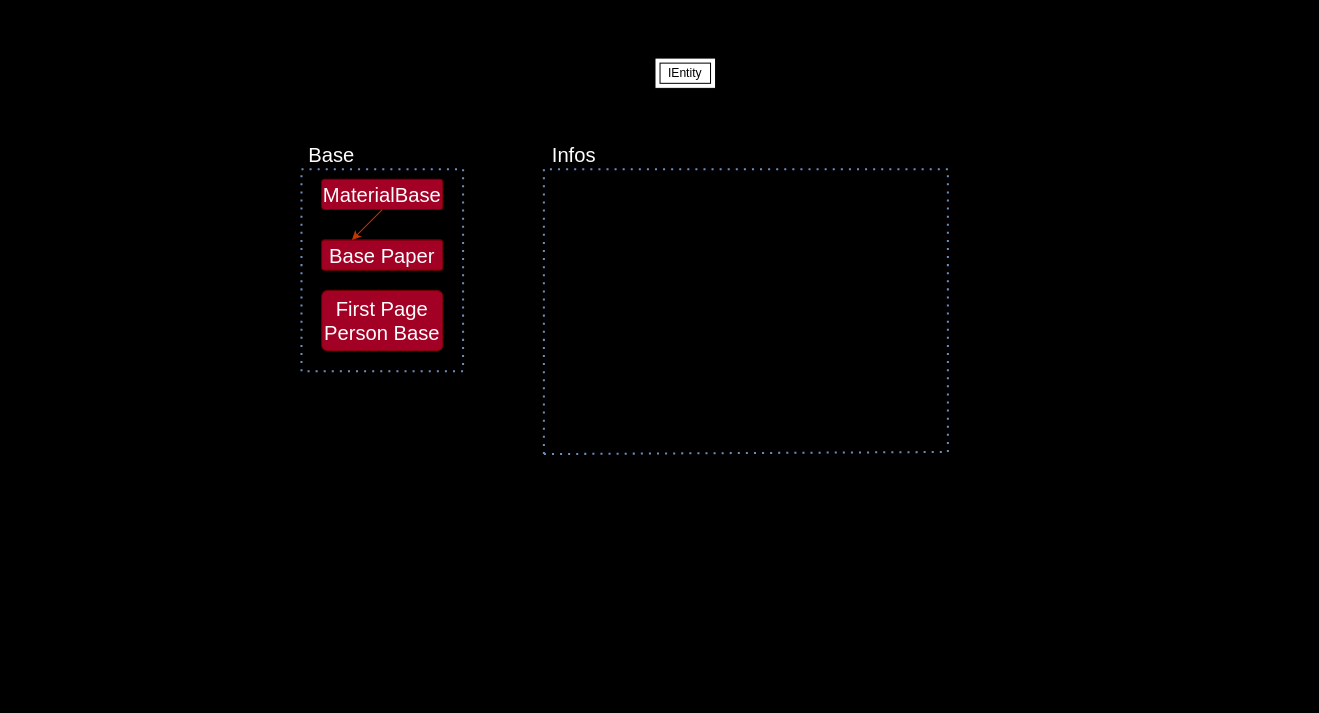
Before: LRMS Schematic.drawio in FurkanHuman/LRMS, a draw.io diagram. Source tidied: cells renumbered, new cells numbered last; positions are measured from the earlier drawing's top-left corner, leaving out a move shared by most shapes. Both pictures are drawn from the tidied source at 101%, with x=0, y=0 at pixel (301, 58).
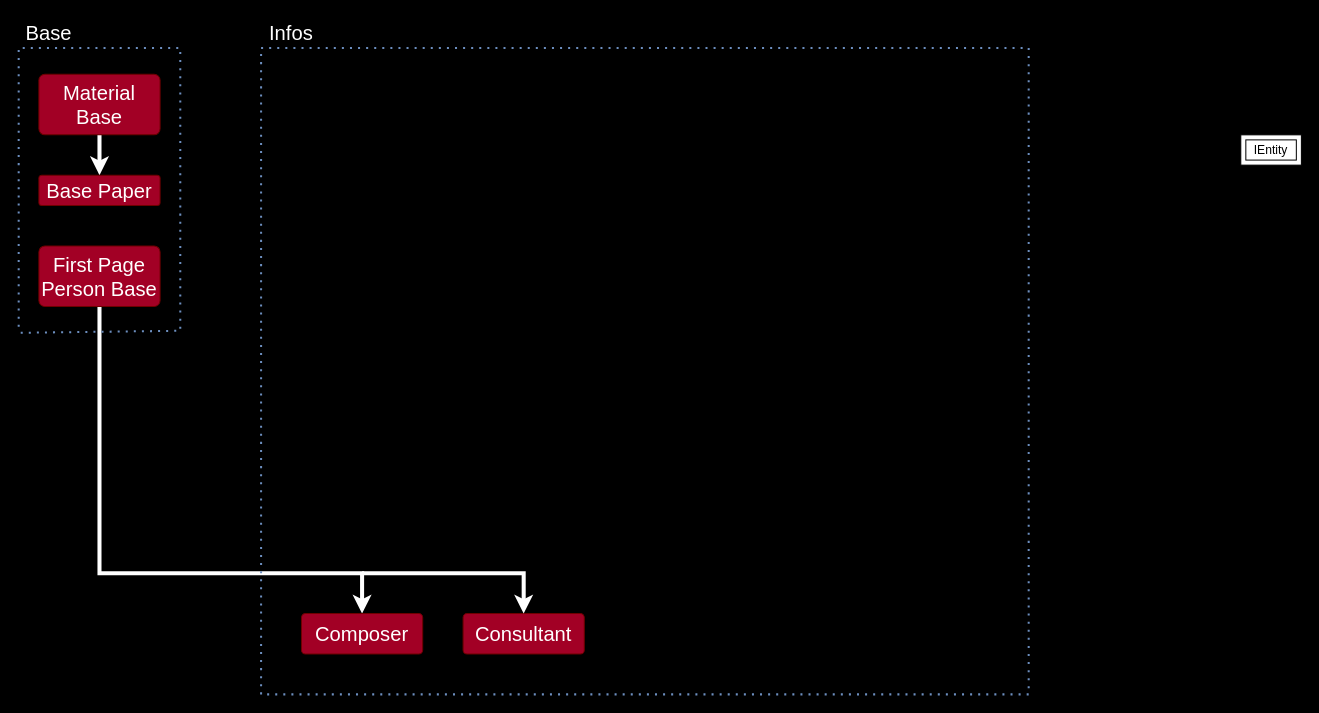
The same page after the edit.

The edit, as a diff of the source:
```diff
@@
     <mxCell id="2" value="IEntity" style="shape=ext;margin=3;double=1;whiteSpace=wrap;html=1;align=center;" parent="1" vertex="1">
-      <mxGeometry x="350" width="60" height="30" as="geometry" />
+      <mxGeometry x="930" y="76" width="60" height="30" as="geometry" />
     </mxCell>
-    <mxCell id="3" style="endArrow=none;dashed=1;html=1;dashPattern=1 3;strokeWidth=2;rounded=0;fontColor=#FFFFFF;labelBackgroundColor=#000000;fillColor=#dae8fc;strokeColor=#6c8ebf;" parent="1" edge="1">
-      <mxGeometry relative="1" as="geometry">
-        <mxPoint y="310" as="sourcePoint" />
-        <mxPoint y="310" as="targetPoint" />
-        <Array as="points">
-          <mxPoint y="110" />
-          <mxPoint x="160" y="110" />
-          <mxPoint x="160" y="310" />
-        </Array>
-      </mxGeometry>
-    </mxCell>
-    <mxCell id="4" value="Base" style="text;html=1;strokeColor=none;fillColor=none;align=center;verticalAlign=middle;whiteSpace=wrap;rounded=0;fontColor=#FFFFFF;fontSize=20;" parent="1" vertex="1">
-      <mxGeometry y="80" width="60" height="30" as="geometry" />
-    </mxCell>
-    <mxCell id="5" value="MaterialBase" style="rounded=1;arcSize=10;whiteSpace=wrap;html=1;align=center;fontSize=20;fillColor=#a20025;strokeColor=#6F0000;fontColor=#ffffff;" parent="1" vertex="1">
-      <mxGeometry x="20" y="120" width="120" height="30" as="geometry" />
-    </mxCell>
+    <mxCell id="7" style="edgeStyle=orthogonalEdgeStyle;rounded=0;jumpSize=13;jettySize=auto;html=1;entryX=0.5;entryY=0;entryDx=0;entryDy=0;strokeColor=#FFFFFF;strokeWidth=4;" parent="1" edge="1" source="5" target="6">
+      <mxGeometry relative="1" as="geometry">
+        <Array as="points">
+          <mxPoint x="-200" y="106" />
+          <mxPoint x="-200" y="106" />
+        </Array>
+      </mxGeometry>
+    </mxCell>
     <mxCell id="6" value="Base Paper" style="rounded=1;arcSize=10;whiteSpace=wrap;html=1;align=center;fontSize=20;fillColor=#a20025;strokeColor=#6F0000;fontColor=#ffffff;" parent="1" vertex="1">
-      <mxGeometry x="20" y="180" width="120" height="30" as="geometry" />
+      <mxGeometry x="-260" y="116" width="120" height="30" as="geometry" />
     </mxCell>
-    <mxCell id="7" style="endArrow=classic;html=1;rounded=0;labelBackgroundColor=#000000;fontSize=20;fontColor=#FFFFFF;exitX=0.5;exitY=1;exitDx=0;exitDy=0;entryX=0.25;entryY=0;entryDx=0;entryDy=0;fillColor=#fa6800;strokeColor=#C73500;" parent="1" edge="1" source="5" target="6">
-      <mxGeometry relative="1" as="geometry" />
-    </mxCell>
+    <mxCell id="11" style="edgeStyle=orthogonalEdgeStyle;rounded=0;jumpSize=13;jettySize=auto;html=1;entryX=0.5;entryY=0;entryDx=0;entryDy=0;strokeColor=#FFFFFF;strokeWidth=4;" parent="1" edge="1" source="8" target="13">
+      <mxGeometry relative="1" as="geometry">
+        <Array as="points">
+          <mxPoint x="-200" y="510" />
+          <mxPoint x="60" y="510" />
+        </Array>
+      </mxGeometry>
+    </mxCell>
     <mxCell id="8" value="First Page Person Base" style="rounded=1;arcSize=10;whiteSpace=wrap;html=1;align=center;fontSize=20;fillColor=#a20025;strokeColor=#6F0000;fontColor=#ffffff;" parent="1" vertex="1">
-      <mxGeometry x="20" y="230" width="120" height="60" as="geometry" />
+      <mxGeometry x="-260" y="186" width="120" height="60" as="geometry" />
     </mxCell>
     <mxCell id="9" value="Infos" style="text;html=1;strokeColor=none;fillColor=none;align=center;verticalAlign=middle;whiteSpace=wrap;rounded=0;fontSize=20;fontColor=#FFFFFF;" parent="1" vertex="1">
-      <mxGeometry x="240" y="80" width="60" height="30" as="geometry" />
+      <mxGeometry x="-40" y="-40" width="60" height="30" as="geometry" />
     </mxCell>
     <mxCell id="10" style="endArrow=none;dashed=1;html=1;dashPattern=1 3;strokeWidth=2;rounded=0;fontColor=#FFFFFF;labelBackgroundColor=#000000;fillColor=#dae8fc;strokeColor=#6c8ebf;" parent="1" edge="1">
       <mxGeometry relative="1" as="geometry">
-        <mxPoint x="240" y="392" as="sourcePoint" />
-        <mxPoint x="240" y="392.1" as="targetPoint" />
+        <mxPoint x="-40" y="630" as="sourcePoint" />
+        <mxPoint x="-40" y="630" as="targetPoint" />
         <Array as="points">
-          <mxPoint x="240" y="110" />
-          <mxPoint x="640" y="110" />
-          <mxPoint x="640" y="390" />
+          <mxPoint x="-40" y="-10" />
+          <mxPoint x="360" y="-10" />
+          <mxPoint x="720" y="-10" />
+          <mxPoint x="720" y="630" />
         </Array>
       </mxGeometry>
     </mxCell>
+    <mxCell id="5" value="Material Base" style="rounded=1;arcSize=10;whiteSpace=wrap;html=1;align=center;fontSize=20;fillColor=#a20025;strokeColor=#6F0000;fontColor=#ffffff;" parent="1" vertex="1">
+      <mxGeometry x="-260" y="16" width="120" height="60" as="geometry" />
+    </mxCell>
+    <mxCell id="12" style="endArrow=none;dashed=1;html=1;dashPattern=1 3;strokeWidth=2;rounded=0;fontColor=#FFFFFF;labelBackgroundColor=#000000;fillColor=#dae8fc;strokeColor=#6c8ebf;" parent="1" edge="1">
+      <mxGeometry relative="1" as="geometry">
+        <mxPoint x="-280" y="266" as="sourcePoint" />
+        <mxPoint x="-280" y="272" as="targetPoint" />
+        <Array as="points">
+          <mxPoint x="-280" y="-10" />
+          <mxPoint x="-120" y="-10" />
+          <mxPoint x="-120" y="270" />
+        </Array>
+      </mxGeometry>
+    </mxCell>
+    <mxCell id="4" value="Base" style="text;html=1;strokeColor=none;fillColor=none;align=center;verticalAlign=middle;whiteSpace=wrap;rounded=0;fontSize=20;fontColor=#FFFFFF;" parent="1" vertex="1">
+      <mxGeometry x="-280" y="-40" width="60" height="30" as="geometry" />
+    </mxCell>
+    <mxCell id="13" value="Composer" style="rounded=1;arcSize=10;whiteSpace=wrap;html=1;align=center;fontSize=20;fillColor=#a20025;strokeColor=#6F0000;fontColor=#ffffff;" parent="1" vertex="1">
+      <mxGeometry y="550" width="120" height="40" as="geometry" />
+    </mxCell>
+    <mxCell id="14" value="Consultant" style="rounded=1;arcSize=10;whiteSpace=wrap;html=1;align=center;fontSize=20;fillColor=#a20025;strokeColor=#6F0000;fontColor=#ffffff;" parent="1" vertex="1">
+      <mxGeometry x="160" y="550" width="120" height="40" as="geometry" />
+    </mxCell>
+    <mxCell id="15" style="edgeStyle=orthogonalEdgeStyle;rounded=0;jumpSize=13;jettySize=auto;html=1;entryX=0.5;entryY=0;entryDx=0;entryDy=0;strokeColor=#FFFFFF;strokeWidth=4;" parent="1" edge="1" target="14">
+      <mxGeometry relative="1" as="geometry">
+        <mxPoint x="60" y="510" as="sourcePoint" />
+        <Array as="points">
+          <mxPoint x="60" y="510" />
+          <mxPoint x="220" y="510" />
+        </Array>
+      </mxGeometry>
+    </mxCell>
```
